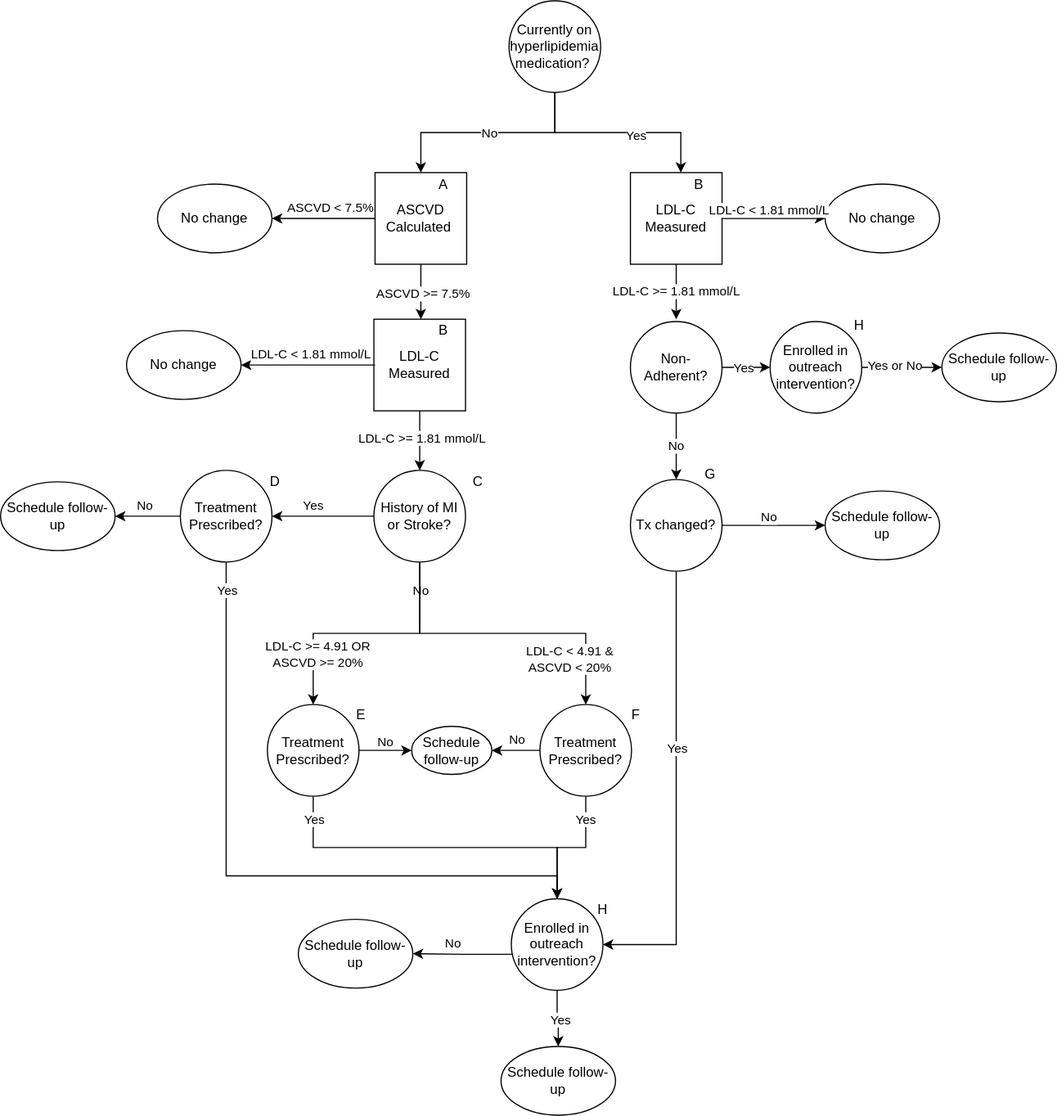
The draw.io diagram docs/source/concept_models/vivarium_us_cvd/ldl_ramp_all.svg in ihmeuw/vivarium_research, before a commit. Source tidied: cells renumbered, new cells last; positions are measured from the earlier drawing's top-left corner, leaving out a move shared by most shapes.
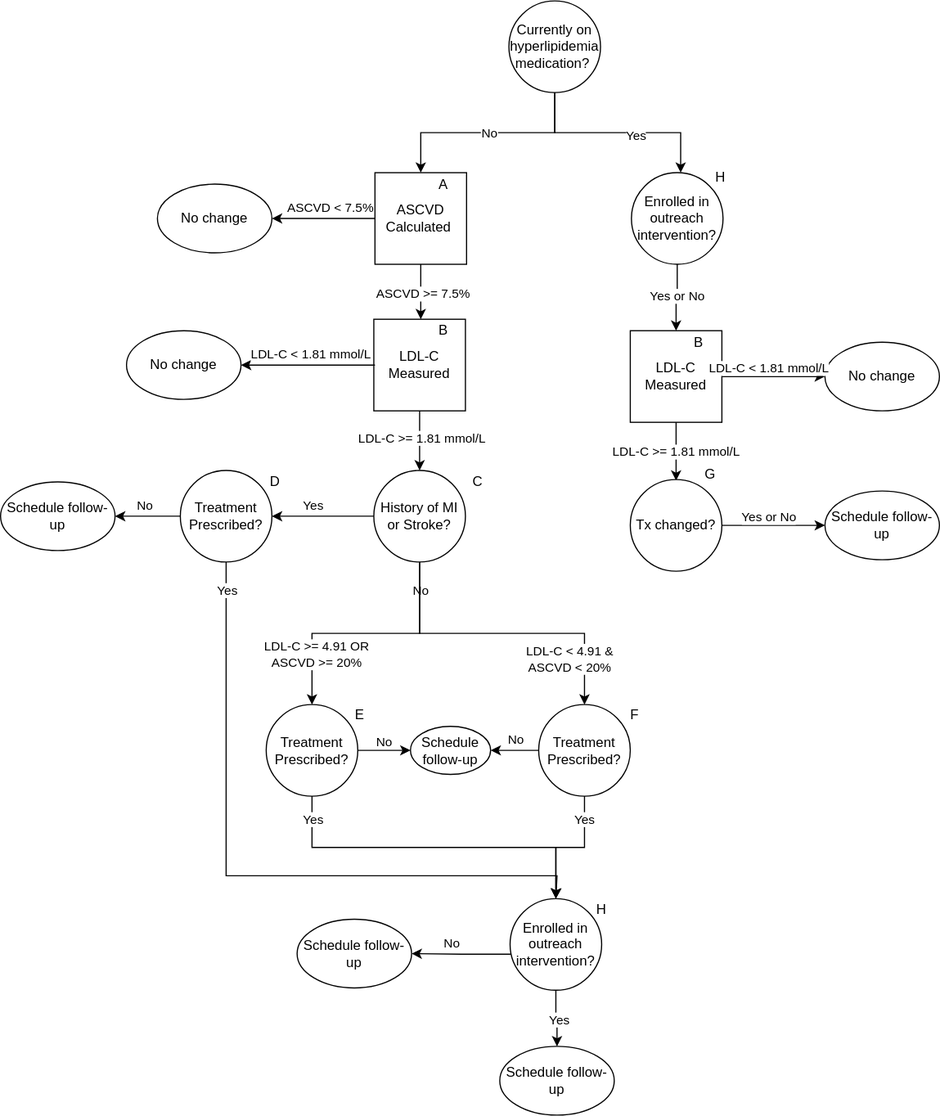
The same file after the commit.

Diff of the diagram source:
```diff
@@ -66,13 +66,13 @@
       <mxGeometry y="420" width="100" height="60" as="geometry" />
     </mxCell>
     <mxCell id="19" value="Schedule follow-up" style="ellipse;whiteSpace=wrap;html=1;" parent="1" vertex="1">
-      <mxGeometry x="437" y="913" width="100" height="60" as="geometry" />
+      <mxGeometry x="436" y="913" width="100" height="60" as="geometry" />
     </mxCell>
     <mxCell id="20" value="Enrolled in outreach intervention?" style="ellipse;whiteSpace=wrap;html=1;" parent="1" vertex="1">
-      <mxGeometry x="446" y="784" width="80" height="80" as="geometry" />
+      <mxGeometry x="445" y="784" width="80" height="80" as="geometry" />
     </mxCell>
     <mxCell id="21" value="H" style="text;html=1;strokeColor=none;fillColor=none;align=center;verticalAlign=middle;whiteSpace=wrap;rounded=0;" parent="1" vertex="1">
-      <mxGeometry x="506" y="784" width="40" height="20" as="geometry" />
+      <mxGeometry x="505" y="784" width="40" height="20" as="geometry" />
     </mxCell>
     <mxCell id="22" style="edgeStyle=orthogonalEdgeStyle;rounded=0;jettySize=auto;html=1;exitX=0.5;exitY=1;exitDx=0;exitDy=0;entryX=0.5;entryY=0;entryDx=0;entryDy=0;" parent="1" edge="1" source="20" target="19">
       <mxGeometry relative="1" as="geometry" />
@@ -81,11 +81,11 @@
       <mxGeometry x="0.02" y="1" relative="1" as="geometry" />
     </mxCell>
     <mxCell id="24" value="Schedule follow-up" style="ellipse;whiteSpace=wrap;html=1;" parent="1" vertex="1">
-      <mxGeometry x="260" y="802" width="100" height="60" as="geometry" />
+      <mxGeometry x="259" y="802" width="100" height="60" as="geometry" />
     </mxCell>
     <mxCell id="25" style="edgeStyle=orthogonalEdgeStyle;rounded=0;jettySize=auto;html=1;exitX=0;exitY=0.5;exitDx=0;exitDy=0;entryX=1;entryY=0.5;entryDx=0;entryDy=0;" parent="1" edge="1" target="24">
       <mxGeometry relative="1" as="geometry">
-        <mxPoint x="447" y="832.5" as="sourcePoint" />
+        <mxPoint x="446" y="832.5" as="sourcePoint" />
       </mxGeometry>
     </mxCell>
     <mxCell id="26" value="No" style="edgeLabel;html=1;align=center;verticalAlign=middle;" parent="25" vertex="1">
@@ -117,34 +117,22 @@
       </mxGeometry>
     </mxCell>
     <mxCell id="32" value="LDL-C Measured" style="whiteSpace=wrap;html=1;" parent="1" vertex="1">
-      <mxGeometry x="550" y="150" width="80" height="80" as="geometry" />
+      <mxGeometry x="550" y="288" width="80" height="80" as="geometry" />
     </mxCell>
     <mxCell id="33" value="LDL-C &amp;gt;= 1.81 mmol/L" style="edgeStyle=orthogonalEdgeStyle;rounded=0;jettySize=auto;html=1;exitX=0.5;exitY=1;exitDx=0;exitDy=0;entryX=0.5;entryY=0;entryDx=0;entryDy=0;" parent="1" edge="1" source="32">
       <mxGeometry relative="1" as="geometry">
-        <mxPoint x="590" y="278" as="targetPoint" />
+        <mxPoint x="590" y="419" as="targetPoint" />
         <Array as="points">
-          <mxPoint x="590" y="254" />
-          <mxPoint x="590" y="254" />
+          <mxPoint x="590" y="395" />
+          <mxPoint x="590" y="395" />
         </Array>
       </mxGeometry>
     </mxCell>
-    <mxCell id="34" style="edgeStyle=orthogonalEdgeStyle;rounded=0;jettySize=auto;html=1;entryX=1;entryY=0.5;entryDx=0;entryDy=0;exitX=0.5;exitY=1;exitDx=0;exitDy=0;" parent="1" edge="1" source="43" target="20">
-      <mxGeometry relative="1" as="geometry">
-        <Array as="points">
-          <mxPoint x="590" y="824" />
-        </Array>
-      </mxGeometry>
-    </mxCell>
-    <mxCell id="35" value="Yes" style="edgeLabel;html=1;align=center;verticalAlign=middle;" parent="34" vertex="1">
-      <mxGeometry x="0.02" y="1" relative="1" as="geometry">
-        <mxPoint x="-1" y="-46" as="offset" />
-      </mxGeometry>
-    </mxCell>
     <mxCell id="36" value="G" style="text;html=1;strokeColor=none;fillColor=none;align=center;verticalAlign=middle;whiteSpace=wrap;rounded=0;" parent="1" vertex="1">
       <mxGeometry x="610" y="404" width="20" height="20" as="geometry" />
     </mxCell>
     <mxCell id="37" value="No change" style="ellipse;whiteSpace=wrap;html=1;" parent="1" vertex="1">
-      <mxGeometry x="720" y="160" width="100" height="60" as="geometry" />
+      <mxGeometry x="720" y="298" width="100" height="60" as="geometry" />
     </mxCell>
     <mxCell id="38" style="edgeStyle=orthogonalEdgeStyle;rounded=0;jettySize=auto;html=1;exitX=1;exitY=0.5;exitDx=0;exitDy=0;entryX=0;entryY=0.5;entryDx=0;entryDy=0;" parent="1" edge="1" source="32" target="37">
       <mxGeometry relative="1" as="geometry" />
@@ -157,7 +145,7 @@
     <mxCell id="40" style="edgeStyle=orthogonalEdgeStyle;rounded=0;jettySize=auto;html=1;exitX=1;exitY=0.5;exitDx=0;exitDy=0;entryX=0;entryY=0.5;entryDx=0;entryDy=0;" parent="1" edge="1" source="43" target="42">
       <mxGeometry relative="1" as="geometry" />
     </mxCell>
-    <mxCell id="41" value="No" style="edgeLabel;html=1;align=center;verticalAlign=middle;" parent="40" vertex="1">
+    <mxCell id="41" value="Yes or No" style="edgeLabel;html=1;align=center;verticalAlign=middle;" parent="40" vertex="1">
       <mxGeometry x="0.4" y="-1" relative="1" as="geometry">
         <mxPoint x="-23" y="-9" as="offset" />
       </mxGeometry>
@@ -175,19 +163,19 @@
       <mxGeometry x="367" y="278" width="40" height="20" as="geometry" />
     </mxCell>
     <mxCell id="46" value="B" style="text;html=1;strokeColor=none;fillColor=none;align=center;verticalAlign=middle;whiteSpace=wrap;rounded=0;" parent="1" vertex="1">
-      <mxGeometry x="590" y="151" width="40" height="20" as="geometry" />
+      <mxGeometry x="590" y="289" width="40" height="20" as="geometry" />
     </mxCell>
     <mxCell id="47" value="Treatment Prescribed?" style="ellipse;whiteSpace=wrap;html=1;" parent="1" vertex="1">
-      <mxGeometry x="233" y="614.5" width="80" height="80" as="geometry" />
+      <mxGeometry x="232" y="614.5" width="80" height="80" as="geometry" />
     </mxCell>
     <mxCell id="48" value="Treatment Prescribed?" style="ellipse;whiteSpace=wrap;html=1;" parent="1" vertex="1">
-      <mxGeometry x="471" y="614.5" width="80" height="80" as="geometry" />
+      <mxGeometry x="470" y="614.5" width="80" height="80" as="geometry" />
     </mxCell>
     <mxCell id="49" value="E" style="text;html=1;strokeColor=none;fillColor=none;align=center;verticalAlign=middle;whiteSpace=wrap;rounded=0;" parent="1" vertex="1">
-      <mxGeometry x="295" y="613.5" width="40" height="20" as="geometry" />
+      <mxGeometry x="294" y="613.5" width="40" height="20" as="geometry" />
     </mxCell>
     <mxCell id="50" value="F" style="text;html=1;strokeColor=none;fillColor=none;align=center;verticalAlign=middle;whiteSpace=wrap;rounded=0;" parent="1" vertex="1">
-      <mxGeometry x="535" y="613.5" width="40" height="20" as="geometry" />
+      <mxGeometry x="534" y="613.5" width="40" height="20" as="geometry" />
     </mxCell>
     <mxCell id="51" style="edgeStyle=orthogonalEdgeStyle;rounded=0;jettySize=auto;html=1;entryX=0.5;entryY=0;entryDx=0;entryDy=0;exitX=0.5;exitY=1;exitDx=0;exitDy=0;" parent="1" edge="1" source="8" target="47">
       <mxGeometry relative="1" as="geometry" />
@@ -230,7 +218,7 @@
       </mxGeometry>
     </mxCell>
     <mxCell id="61" value="Schedule follow-up" style="ellipse;whiteSpace=wrap;html=1;" parent="1" vertex="1">
-      <mxGeometry x="359" y="633.5" width="70" height="42" as="geometry" />
+      <mxGeometry x="358" y="633.5" width="70" height="42" as="geometry" />
     </mxCell>
     <mxCell id="62" style="rounded=0;jettySize=auto;html=1;exitX=0;exitY=0.5;exitDx=0;exitDy=0;entryX=1;entryY=0.5;entryDx=0;entryDy=0;" parent="1" edge="1" source="48" target="61">
       <mxGeometry relative="1" as="geometry" />
@@ -270,41 +258,19 @@
     <mxCell id="70" value="LDL-C &amp;gt;= 1.81 mmol/L" style="edgeLabel;html=1;align=center;verticalAlign=middle;" parent="1" vertex="1">
       <mxGeometry x="367" y="381" as="geometry" />
     </mxCell>
-    <mxCell id="71" value="Schedule follow-up" style="ellipse;whiteSpace=wrap;html=1;" parent="1" vertex="1">
-      <mxGeometry x="822" y="290" width="100" height="60" as="geometry" />
-    </mxCell>
     <mxCell id="72" value="Enrolled in outreach intervention?" style="ellipse;whiteSpace=wrap;html=1;" parent="1" vertex="1">
-      <mxGeometry x="672" y="280" width="80" height="80" as="geometry" />
+      <mxGeometry x="551" y="150" width="80" height="80" as="geometry" />
     </mxCell>
     <mxCell id="73" value="H" style="text;html=1;strokeColor=none;fillColor=none;align=center;verticalAlign=middle;whiteSpace=wrap;rounded=0;" parent="1" vertex="1">
-      <mxGeometry x="730" y="274" width="40" height="20" as="geometry" />
+      <mxGeometry x="609" y="144" width="40" height="20" as="geometry" />
     </mxCell>
-    <mxCell id="74" style="edgeStyle=orthogonalEdgeStyle;rounded=0;jettySize=auto;html=1;exitX=1;exitY=0.5;exitDx=0;exitDy=0;entryX=0;entryY=0.5;entryDx=0;entryDy=0;" parent="1" edge="1" source="72" target="71">
-      <mxGeometry relative="1" as="geometry" />
-    </mxCell>
+    <mxCell id="80" style="edgeStyle=orthogonalEdgeStyle;rounded=0;jettySize=auto;html=1;exitX=0.5;exitY=1;exitDx=0;exitDy=0;" parent="1" edge="1" source="72" target="32">
+      <mxGeometry relative="1" as="geometry" />
+    </mxCell>
-    <mxCell id="75" value="Yes or No" style="edgeLabel;html=1;align=center;verticalAlign=middle;" parent="74" vertex="1">
-      <mxGeometry x="0.02" y="1" relative="1" as="geometry">
-        <mxPoint x="-8" y="-1" as="offset" />
+    <mxCell id="75" value="Yes or No" style="edgeLabel;html=1;align=center;verticalAlign=middle;" parent="80" vertex="1">
+      <mxGeometry x="-0.13" y="-1" relative="1" as="geometry">
+        <mxPoint y="1" as="offset" />
       </mxGeometry>
     </mxCell>
-    <mxCell id="76" value="Non-Adherent?" style="ellipse;whiteSpace=wrap;html=1;" parent="1" vertex="1">
-      <mxGeometry x="550" y="280" width="80" height="80" as="geometry" />
-    </mxCell>
-    <mxCell id="77" value="No" style="edgeStyle=orthogonalEdgeStyle;rounded=0;jettySize=auto;html=1;exitX=0.5;exitY=1;exitDx=0;exitDy=0;entryX=0.5;entryY=0;entryDx=0;entryDy=0;" parent="1" edge="1" source="76" target="43">
-      <mxGeometry relative="1" as="geometry">
-        <Array as="points">
-          <mxPoint x="590" y="394" />
-          <mxPoint x="590" y="394" />
-        </Array>
-      </mxGeometry>
-    </mxCell>
-    <mxCell id="78" style="edgeStyle=orthogonalEdgeStyle;rounded=0;jettySize=auto;html=1;exitX=1;exitY=0.5;exitDx=0;exitDy=0;entryX=0;entryY=0.5;entryDx=0;entryDy=0;" parent="1" edge="1" source="76" target="72">
-      <mxGeometry relative="1" as="geometry" />
-    </mxCell>
-    <mxCell id="79" value="Yes" style="edgeLabel;html=1;align=center;verticalAlign=middle;" parent="78" vertex="1">
-      <mxGeometry x="0.02" y="1" relative="1" as="geometry">
-        <mxPoint x="-4" y="1" as="offset" />
-      </mxGeometry>
-    </mxCell>
   </root>
 </mxGraphModel>
```
